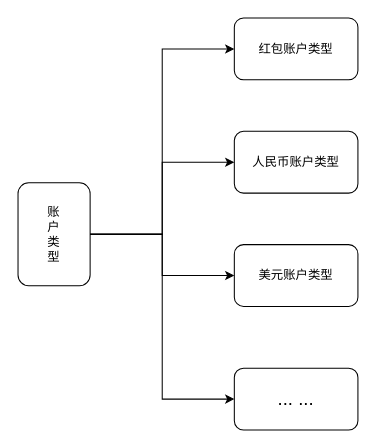
Earlier version of the draw.io diagram page "账户类型" (2 of 4) of xc-account/design/account-structure/xc-account-structure1.drawio (waterStone528/job). Source tidied: cells renumbered, new cells numbered last; positions are measured from the earlier drawing's top-left corner, leaving out a move shared by most shapes. Both pictures are drawn from the tidied source at 103%, with x=0, y=0 at pixel (18, 18).
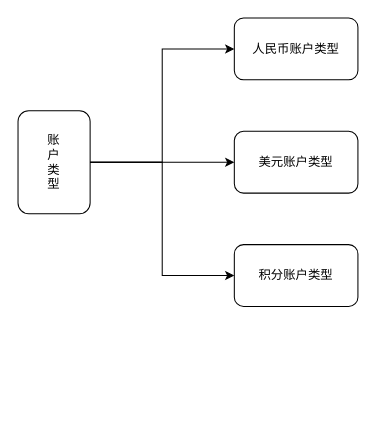
After the change.

What changed in the source:
```diff
@@
 <mxGraphModel>
   <root>
     <mxCell id="0" />
     <mxCell id="1" parent="0" />
     <mxCell id="2" value="账&lt;br&gt;户&lt;br&gt;类&lt;br&gt;型" style="rounded=1;whiteSpace=wrap;html=1;" parent="1" vertex="1">
-      <mxGeometry y="160" width="70" height="100" as="geometry" />
+      <mxGeometry y="90" width="70" height="100" as="geometry" />
     </mxCell>
-    <mxCell id="3" value="人民币账户类型" style="rounded=1;whiteSpace=wrap;html=1;" parent="1" vertex="1">
+    <mxCell id="3" value="美元账户类型" style="rounded=1;whiteSpace=wrap;html=1;" parent="1" vertex="1">
       <mxGeometry x="210" y="110" width="120" height="60" as="geometry" />
     </mxCell>
-    <mxCell id="4" value="美元账户类型" style="rounded=1;whiteSpace=wrap;html=1;" parent="1" vertex="1">
+    <mxCell id="4" value="积分账户类型" style="rounded=1;whiteSpace=wrap;html=1;" parent="1" vertex="1">
       <mxGeometry x="210" y="220" width="120" height="60" as="geometry" />
     </mxCell>
-    <mxCell id="5" value="红包账户类型" style="rounded=1;whiteSpace=wrap;html=1;" parent="1" vertex="1">
+    <mxCell id="5" value="人民币账户类型" style="rounded=1;whiteSpace=wrap;html=1;" parent="1" vertex="1">
       <mxGeometry x="210" width="120" height="60" as="geometry" />
     </mxCell>
     <mxCell id="6" style="endArrow=classic;html=1;exitX=1;exitY=0.5;exitDx=0;exitDy=0;edgeStyle=orthogonalEdgeStyle;rounded=0;entryX=0;entryY=0.5;entryDx=0;entryDy=0;" parent="1" edge="1" source="2" target="5">
       <mxGeometry relative="1" as="geometry" />
     </mxCell>
     <mxCell id="7" style="endArrow=classic;html=1;exitX=1;exitY=0.5;exitDx=0;exitDy=0;edgeStyle=orthogonalEdgeStyle;rounded=0;entryX=0;entryY=0.5;entryDx=0;entryDy=0;" parent="1" edge="1" source="2" target="3">
       <mxGeometry relative="1" as="geometry" />
     </mxCell>
     <mxCell id="8" style="endArrow=classic;html=1;exitX=1;exitY=0.5;exitDx=0;exitDy=0;edgeStyle=orthogonalEdgeStyle;rounded=0;entryX=0;entryY=0.5;entryDx=0;entryDy=0;" parent="1" edge="1" source="2" target="4">
       <mxGeometry relative="1" as="geometry" />
     </mxCell>
-    <mxCell id="9" style="endArrow=classic;html=1;exitX=1;exitY=0.5;exitDx=0;exitDy=0;edgeStyle=orthogonalEdgeStyle;rounded=0;" parent="1" edge="1" source="2">
-      <mxGeometry relative="1" as="geometry">
-        <mxPoint x="210" y="370" as="targetPoint" />
-        <Array as="points">
-          <mxPoint x="140" y="210" />
-          <mxPoint x="140" y="370" />
-        </Array>
-      </mxGeometry>
-    </mxCell>
-    <mxCell id="10" value="&lt;font style=&quot;font-size: 18px&quot;&gt;... ...&lt;/font&gt;" style="rounded=1;whiteSpace=wrap;html=1;" parent="1" vertex="1">
-      <mxGeometry x="210" y="340" width="120" height="60" as="geometry" />
-    </mxCell>
   </root>
 </mxGraphModel>
```
